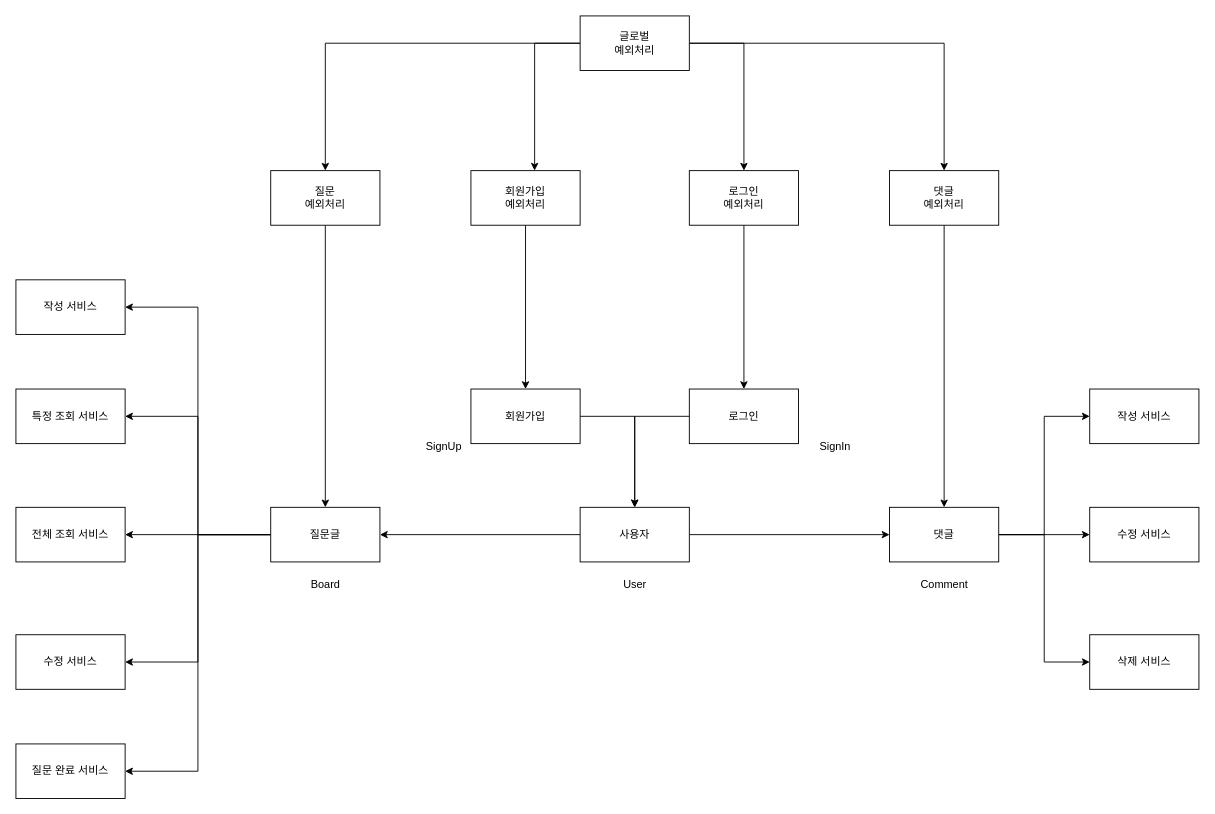
This is 도메인설계.drawio from vanillacake369/sparta-forum, a draw.io file, before an edit. Source tidied: cells renumbered, new cells numbered last; positions are measured from the earlier drawing's top-left corner, leaving out a move shared by most shapes. Both pictures are drawn from the tidied source at 91%, with x=0, y=0 at pixel (15, 15).
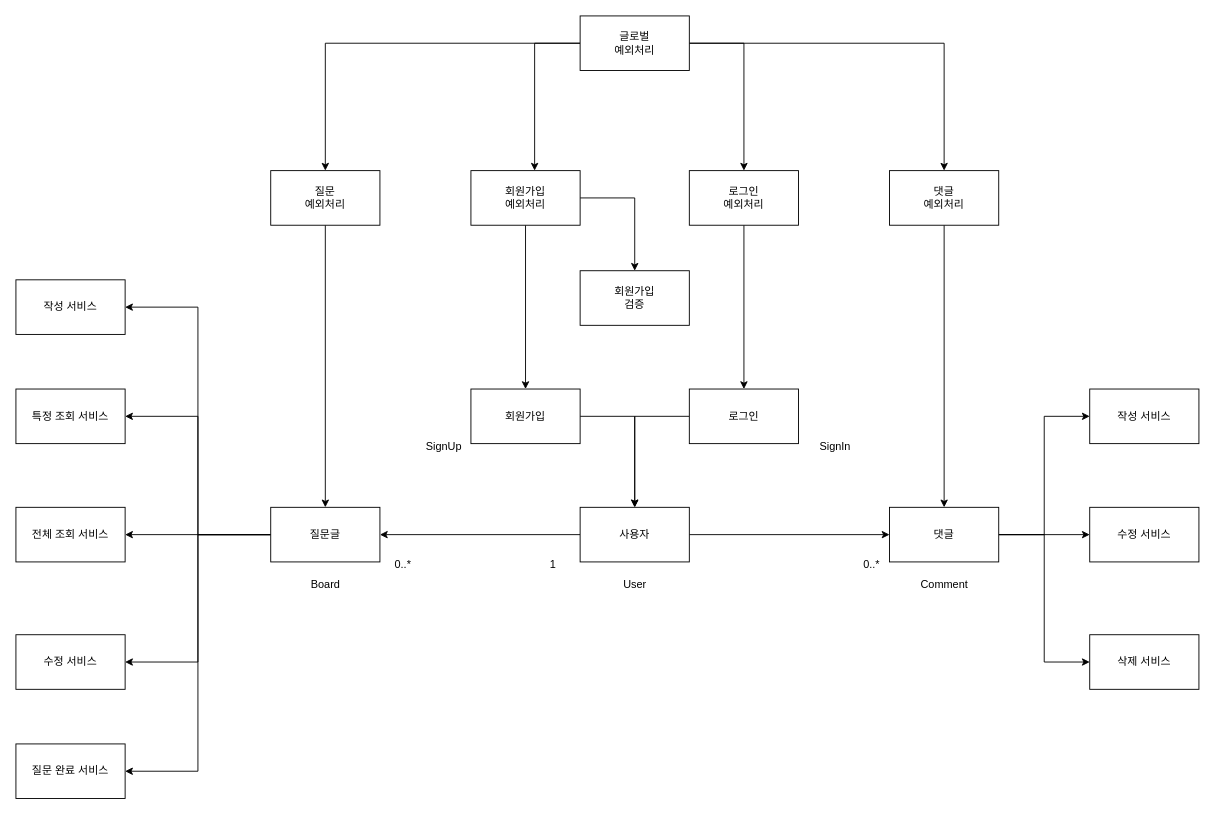
The same diagram, later.

Commit message:
도메인설계.drawio 업데이트

Unchanged cells that the change refers to:
```xml
<mxCell id="32" value="회원가입&lt;br&gt;예외처리" style="rounded=0;whiteSpace=wrap;html=1;" parent="1" vertex="1">
  <mxGeometry x="500" y="170" width="120" height="60" as="geometry" />
</mxCell>
```

The edit, as a diff of the source:
```diff
@@
+    <mxCell id="45" style="edgeStyle=orthogonalEdgeStyle;rounded=0;jettySize=auto;html=1;entryX=0.5;entryY=0;entryDx=0;entryDy=0;" parent="1" edge="1" source="32" target="46">
+      <mxGeometry relative="1" as="geometry">
+        <Array as="points">
+          <mxPoint x="680" y="200" />
+        </Array>
+      </mxGeometry>
+    </mxCell>
@@
+    <mxCell id="46" value="회원가입&lt;br&gt;검증" style="rounded=0;whiteSpace=wrap;html=1;" parent="1" vertex="1">
+      <mxGeometry x="620" y="280" width="120" height="60" as="geometry" />
+    </mxCell>
+    <mxCell id="47" value="1" style="text;html=1;align=center;verticalAlign=middle;strokeColor=none;fillColor=none;" parent="1" vertex="1">
+      <mxGeometry x="575" y="588" width="30" height="30" as="geometry" />
+    </mxCell>
+    <mxCell id="48" value="0..*" style="text;html=1;align=center;verticalAlign=middle;strokeColor=none;fillColor=none;" parent="1" vertex="1">
+      <mxGeometry x="405" y="588" width="40" height="30" as="geometry" />
+    </mxCell>
+    <mxCell id="49" value="0..*" style="text;html=1;align=center;verticalAlign=middle;strokeColor=none;fillColor=none;" parent="1" vertex="1">
+      <mxGeometry x="920" y="588" width="40" height="30" as="geometry" />
+    </mxCell>
```
